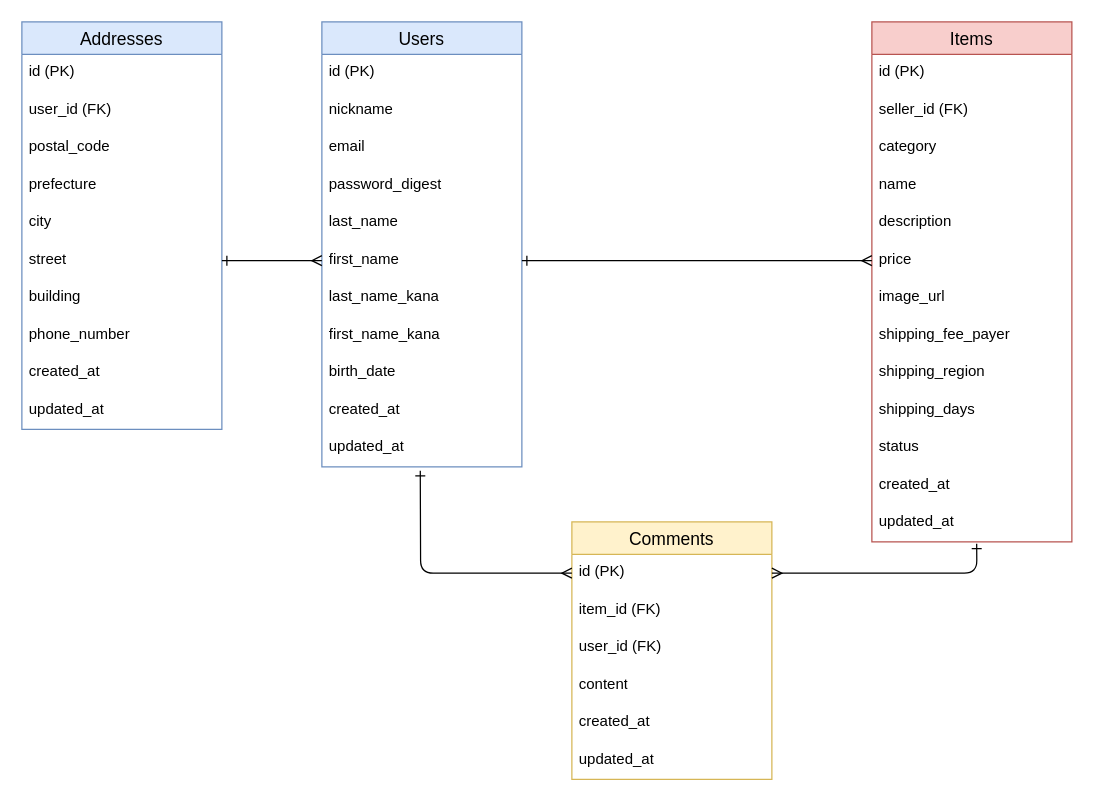
nitouhei9/furima-45691 keeps this draw.io diagram as furima_E-R.dio. Above is the earlier version. Source tidied: cells renumbered, new cells numbered last; positions are measured from the earlier drawing's top-left corner, leaving out a move shared by most shapes. Both pictures are drawn from the tidied source at 125%, with x=0, y=0 at pixel (21, 21).
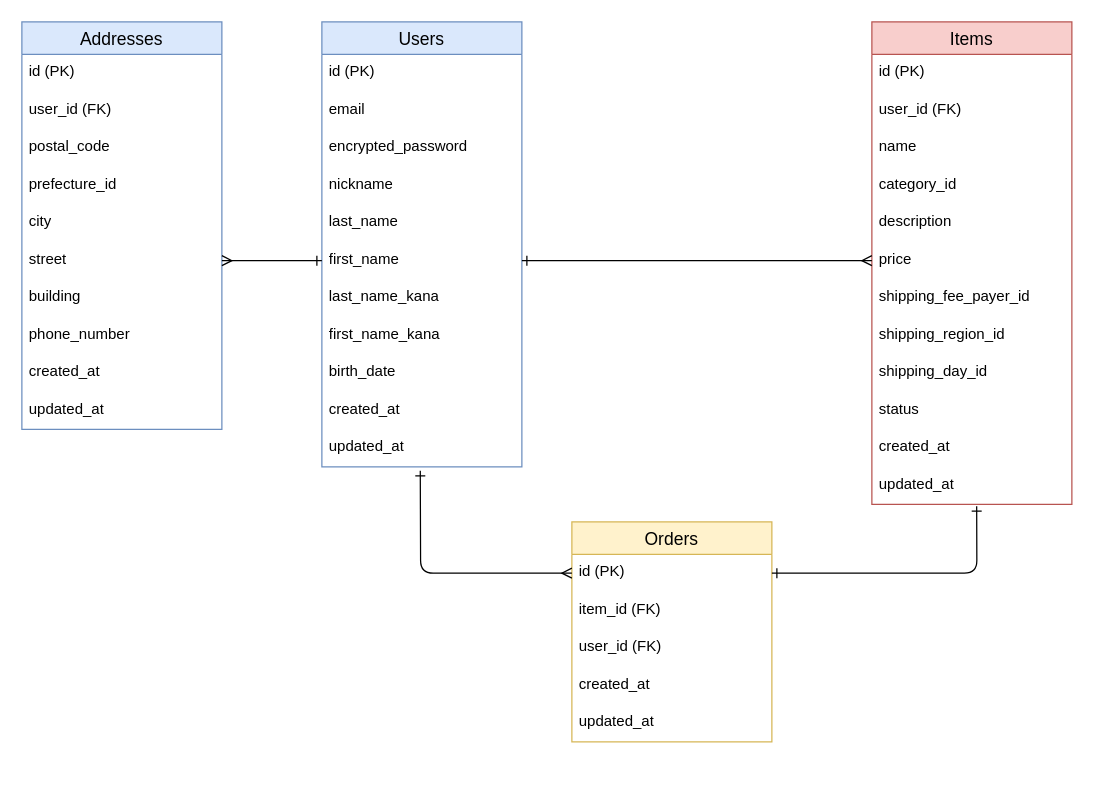
After the change.

Commit message (it also covers changes not shown here):
ER図/README修正

Unchanged cells that the change refers to:
```xml
<mxCell id="2" value="Users" style="swimlane;fontStyle=0;horizontal=1;startSize=26;align=center;fontSize=14;fillColor=#dae8fc;strokeColor=#6c8ebf;" parent="1" vertex="1">
  <mxGeometry x="240" width="160" height="356" as="geometry" />
</mxCell>
<mxCell id="8" value="first_name" style="text;strokeColor=none;fillColor=none;spacingLeft=4;spacingRight=4;overflow=hidden;points=[[0,0.5],[1,0.5]];portConstraint=eastwest;fontSize=12;whiteSpace=wrap;html=1;" parent="2" vertex="1">
  <mxGeometry y="176" width="160" height="30" as="geometry" />
</mxCell>
<mxCell id="28" value="Addresses" style="swimlane;fontStyle=0;horizontal=1;startSize=26;align=center;fontSize=14;fillColor=#dae8fc;strokeColor=#6c8ebf;" parent="1" vertex="1">
  <mxGeometry width="160" height="326" as="geometry" />
</mxCell>
<mxCell id="34" value="street" style="text;strokeColor=none;fillColor=none;spacingLeft=4;spacingRight=4;overflow=hidden;points=[[0,0.5],[1,0.5]];portConstraint=eastwest;fontSize=12;whiteSpace=wrap;html=1;" parent="28" vertex="1">
  <mxGeometry y="176" width="160" height="30" as="geometry" />
</mxCell>
<mxCell id="40" value="id (PK)" style="text;strokeColor=none;fillColor=none;spacingLeft=4;spacingRight=4;overflow=hidden;points=[[0,0.5],[1,0.5]];portConstraint=eastwest;fontSize=12;whiteSpace=wrap;html=1;" parent="39" vertex="1">
  <mxGeometry y="26" width="160" height="30" as="geometry" />
</mxCell>
```

The edit, as a diff of the source:
```diff
@@
-    <mxCell id="4" value="nickname" style="text;strokeColor=none;fillColor=none;spacingLeft=4;spacingRight=4;overflow=hidden;fontSize=12;whiteSpace=wrap;html=1;" parent="2" vertex="1">
-      <mxGeometry y="56" width="160" height="30" as="geometry" />
-    </mxCell>
     <mxCell id="5" value="email" style="text;strokeColor=none;fillColor=none;spacingLeft=4;spacingRight=4;overflow=hidden;fontSize=12;whiteSpace=wrap;html=1;" parent="2" vertex="1">
-      <mxGeometry y="86" width="160" height="30" as="geometry" />
+      <mxGeometry y="56" width="160" height="30" as="geometry" />
     </mxCell>
-    <mxCell id="6" value="password_digest" style="text;strokeColor=none;fillColor=none;spacingLeft=4;spacingRight=4;overflow=hidden;fontSize=12;whiteSpace=wrap;html=1;" parent="2" vertex="1">
-      <mxGeometry y="116" width="160" height="30" as="geometry" />
+    <mxCell id="6" value="encrypted_password" style="text;strokeColor=none;fillColor=none;spacingLeft=4;spacingRight=4;overflow=hidden;fontSize=12;whiteSpace=wrap;html=1;" parent="2" vertex="1">
+      <mxGeometry y="86" width="160" height="30" as="geometry" />
     </mxCell>
+    <mxCell id="4" value="nickname" style="text;strokeColor=none;fillColor=none;spacingLeft=4;spacingRight=4;overflow=hidden;fontSize=12;whiteSpace=wrap;html=1;" parent="2" vertex="1">
+      <mxGeometry y="116" width="160" height="30" as="geometry" />
+    </mxCell>
@@
     <mxCell id="14" value="Items" style="swimlane;fontStyle=0;horizontal=1;startSize=26;align=center;fontSize=14;fillColor=#f8cecc;strokeColor=#b85450;spacing=2;" parent="1" vertex="1">
-      <mxGeometry x="680" width="160" height="416" as="geometry" />
+      <mxGeometry x="680" width="160" height="386" as="geometry" />
     </mxCell>
@@
-    <mxCell id="16" value="&lt;span style=&quot;color: rgb(0, 0, 0);&quot;&gt;seller_id (FK)&lt;/span&gt;" style="text;strokeColor=none;fillColor=none;spacingLeft=4;spacingRight=4;overflow=hidden;fontSize=12;whiteSpace=wrap;html=1;" parent="14" vertex="1">
+    <mxCell id="16" value="&lt;span style=&quot;color: rgb(0, 0, 0);&quot;&gt;user_id (FK)&lt;/span&gt;" style="text;strokeColor=none;fillColor=none;spacingLeft=4;spacingRight=4;overflow=hidden;fontSize=12;whiteSpace=wrap;html=1;" parent="14" vertex="1">
       <mxGeometry y="56" width="160" height="30" as="geometry" />
     </mxCell>
+    <mxCell id="18" value="name" style="text;strokeColor=none;fillColor=none;spacingLeft=4;spacingRight=4;overflow=hidden;fontSize=12;whiteSpace=wrap;html=1;" parent="14" vertex="1">
+      <mxGeometry y="86" width="160" height="30" as="geometry" />
+    </mxCell>
-    <mxCell id="17" value="category" style="text;strokeColor=none;fillColor=none;spacingLeft=4;spacingRight=4;overflow=hidden;fontSize=12;whiteSpace=wrap;html=1;" parent="14" vertex="1">
-      <mxGeometry y="86" width="160" height="30" as="geometry" />
+    <mxCell id="17" value="category_id" style="text;strokeColor=none;fillColor=none;spacingLeft=4;spacingRight=4;overflow=hidden;fontSize=12;whiteSpace=wrap;html=1;" parent="14" vertex="1">
+      <mxGeometry y="116" width="160" height="30" as="geometry" />
     </mxCell>
-    <mxCell id="18" value="name" style="text;strokeColor=none;fillColor=none;spacingLeft=4;spacingRight=4;overflow=hidden;fontSize=12;whiteSpace=wrap;html=1;" parent="14" vertex="1">
-      <mxGeometry y="116" width="160" height="30" as="geometry" />
-    </mxCell>
@@
-    <mxCell id="21" value="image_url" style="text;strokeColor=none;fillColor=none;spacingLeft=4;spacingRight=4;overflow=hidden;fontSize=12;whiteSpace=wrap;html=1;" parent="14" vertex="1">
-      <mxGeometry y="206" width="160" height="30" as="geometry" />
-    </mxCell>
-    <mxCell id="22" value="shipping_fee_payer" style="text;strokeColor=none;fillColor=none;spacingLeft=4;spacingRight=4;overflow=hidden;fontSize=12;whiteSpace=wrap;html=1;" parent="14" vertex="1">
-      <mxGeometry y="236" width="160" height="30" as="geometry" />
+    <mxCell id="22" value="shipping_fee_payer_id" style="text;strokeColor=none;fillColor=none;spacingLeft=4;spacingRight=4;overflow=hidden;fontSize=12;whiteSpace=wrap;html=1;" parent="14" vertex="1">
+      <mxGeometry y="206" width="160" height="30" as="geometry" />
     </mxCell>
-    <mxCell id="23" value="shipping_region" style="text;strokeColor=none;fillColor=none;spacingLeft=4;spacingRight=4;overflow=hidden;fontSize=12;whiteSpace=wrap;html=1;" parent="14" vertex="1">
-      <mxGeometry y="266" width="160" height="30" as="geometry" />
+    <mxCell id="23" value="shipping_region_id" style="text;strokeColor=none;fillColor=none;spacingLeft=4;spacingRight=4;overflow=hidden;fontSize=12;whiteSpace=wrap;html=1;" parent="14" vertex="1">
+      <mxGeometry y="236" width="160" height="30" as="geometry" />
     </mxCell>
-    <mxCell id="24" value="shipping_days" style="text;strokeColor=none;fillColor=none;spacingLeft=4;spacingRight=4;overflow=hidden;fontSize=12;whiteSpace=wrap;html=1;" parent="14" vertex="1">
-      <mxGeometry y="296" width="160" height="30" as="geometry" />
+    <mxCell id="24" value="shipping_day_id" style="text;strokeColor=none;fillColor=none;spacingLeft=4;spacingRight=4;overflow=hidden;fontSize=12;whiteSpace=wrap;html=1;" parent="14" vertex="1">
+      <mxGeometry y="266" width="160" height="30" as="geometry" />
     </mxCell>
     <mxCell id="25" value="status" style="text;strokeColor=none;fillColor=none;spacingLeft=4;spacingRight=4;overflow=hidden;fontSize=12;whiteSpace=wrap;html=1;" parent="14" vertex="1">
-      <mxGeometry y="326" width="160" height="30" as="geometry" />
+      <mxGeometry y="296" width="160" height="30" as="geometry" />
     </mxCell>
     <mxCell id="26" value="created_at" style="text;strokeColor=none;fillColor=none;spacingLeft=4;spacingRight=4;overflow=hidden;fontSize=12;whiteSpace=wrap;html=1;" parent="14" vertex="1">
-      <mxGeometry y="356" width="160" height="30" as="geometry" />
+      <mxGeometry y="326" width="160" height="30" as="geometry" />
     </mxCell>
     <mxCell id="27" value="updated_at" style="text;strokeColor=none;fillColor=none;spacingLeft=4;spacingRight=4;overflow=hidden;points=[[0,0.5],[1,0.5]];portConstraint=eastwest;fontSize=12;whiteSpace=wrap;html=1;" parent="14" vertex="1">
-      <mxGeometry y="386" width="160" height="30" as="geometry" />
+      <mxGeometry y="356" width="160" height="30" as="geometry" />
     </mxCell>
@@
-    <mxCell id="32" value="prefecture" style="text;strokeColor=none;fillColor=none;spacingLeft=4;spacingRight=4;overflow=hidden;fontSize=12;whiteSpace=wrap;html=1;" parent="28" vertex="1">
+    <mxCell id="32" value="prefecture_id" style="text;strokeColor=none;fillColor=none;spacingLeft=4;spacingRight=4;overflow=hidden;fontSize=12;whiteSpace=wrap;html=1;" parent="28" vertex="1">
       <mxGeometry y="116" width="160" height="30" as="geometry" />
     </mxCell>
@@
-    <mxCell id="39" value="Comments" style="swimlane;fontStyle=0;horizontal=1;startSize=26;align=center;fontSize=14;fillColor=#fff2cc;strokeColor=#d6b656;" parent="1" vertex="1">
-      <mxGeometry x="440" y="400" width="160" height="206" as="geometry" />
+    <mxCell id="39" value="Orders" style="swimlane;fontStyle=0;horizontal=1;startSize=26;align=center;fontSize=14;fillColor=#fff2cc;strokeColor=#d6b656;" parent="1" vertex="1">
+      <mxGeometry x="440" y="400" width="160" height="176" as="geometry" />
     </mxCell>
@@
-    <mxCell id="43" value="content" style="text;strokeColor=none;fillColor=none;spacingLeft=4;spacingRight=4;overflow=hidden;fontSize=12;whiteSpace=wrap;html=1;" parent="39" vertex="1">
-      <mxGeometry y="116" width="160" height="30" as="geometry" />
-    </mxCell>
     <mxCell id="44" value="created_at" style="text;strokeColor=none;fillColor=none;spacingLeft=4;spacingRight=4;overflow=hidden;fontSize=12;whiteSpace=wrap;html=1;" parent="39" vertex="1">
-      <mxGeometry y="146" width="160" height="30" as="geometry" />
+      <mxGeometry y="116" width="160" height="30" as="geometry" />
     </mxCell>
     <mxCell id="45" value="updated_at" style="text;strokeColor=none;fillColor=none;spacingLeft=4;spacingRight=4;overflow=hidden;fontSize=12;whiteSpace=wrap;html=1;" parent="39" vertex="1">
-      <mxGeometry y="176" width="160" height="30" as="geometry" />
+      <mxGeometry y="146" width="160" height="30" as="geometry" />
     </mxCell>
@@
-    <mxCell id="48" style="edgeStyle=none;html=1;exitX=1;exitY=0.5;exitDx=0;exitDy=0;entryX=0.524;entryY=1.048;entryDx=0;entryDy=0;entryPerimeter=0;endArrow=ERone;endFill=0;startArrow=ERmany;startFill=0;" parent="1" edge="1" source="40" target="27">
+    <mxCell id="48" style="edgeStyle=none;html=1;exitX=1;exitY=0.5;exitDx=0;exitDy=0;entryX=0.524;entryY=1.048;entryDx=0;entryDy=0;entryPerimeter=0;endArrow=ERone;endFill=0;startArrow=ERone;startFill=0;" parent="1" edge="1" source="40" target="27">
       <mxGeometry relative="1" as="geometry">
         <Array as="points">
           <mxPoint x="764" y="441" />
         </Array>
       </mxGeometry>
     </mxCell>
-    <mxCell id="49" style="edgeStyle=none;html=1;exitX=1;exitY=0.5;exitDx=0;exitDy=0;entryX=0;entryY=0.5;entryDx=0;entryDy=0;endArrow=ERmany;endFill=0;startArrow=ERone;startFill=0;" parent="1" edge="1" source="34" target="8">
+    <mxCell id="49" style="edgeStyle=none;html=1;exitX=1;exitY=0.5;exitDx=0;exitDy=0;entryX=0;entryY=0.5;entryDx=0;entryDy=0;endArrow=ERone;endFill=0;startArrow=ERmany;startFill=0;" parent="1" edge="1" source="34" target="8">
       <mxGeometry relative="1" as="geometry" />
     </mxCell>
```
